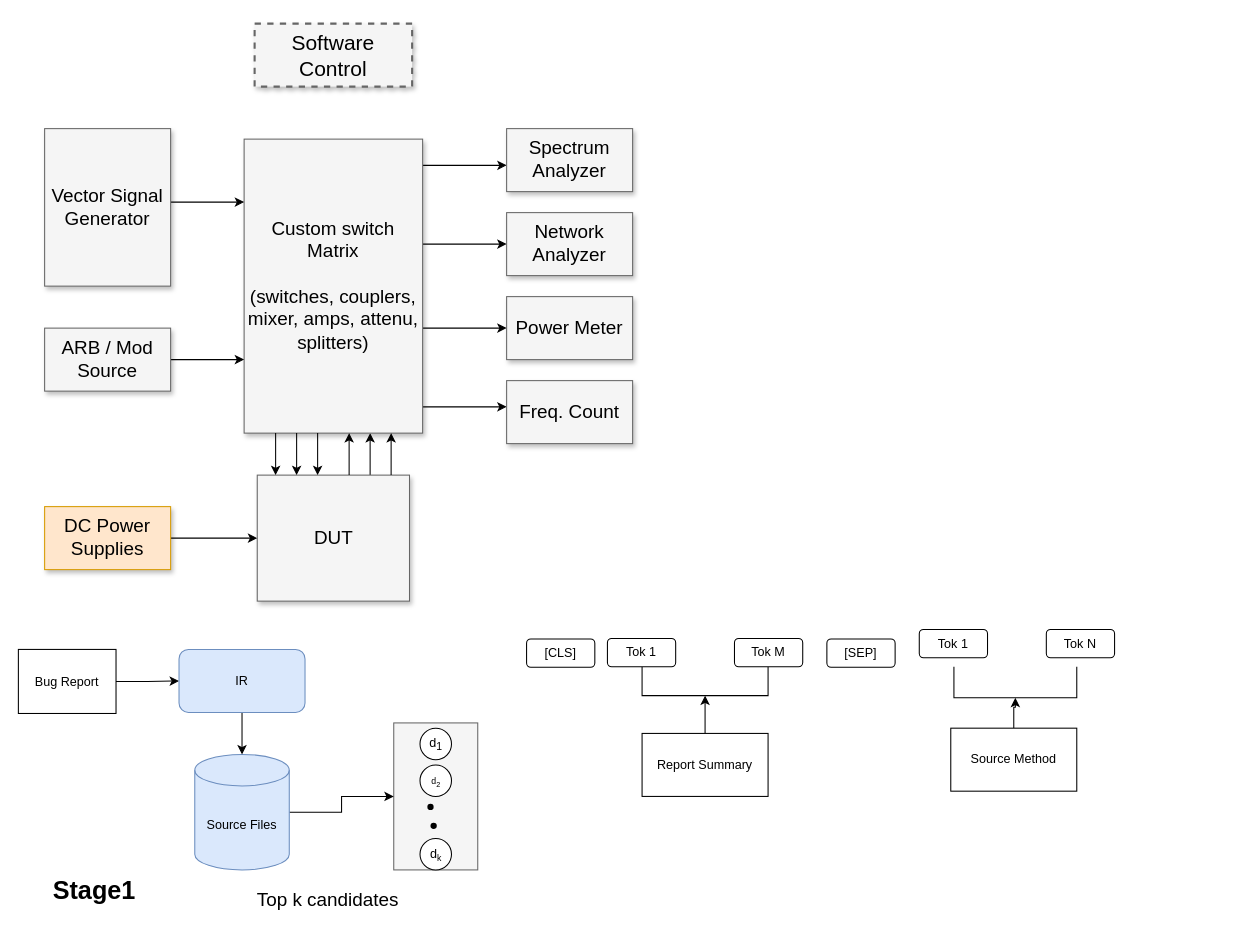
Before: Untitled Diagram.drawio in hangdj/BERT-PLI-IJCAI2020, a draw.io diagram. Source tidied: cells renumbered, new cells numbered last; positions are measured from the earlier drawing's top-left corner, leaving out a move shared by most shapes. Both pictures are drawn from the tidied source at 105%, with x=0, y=0 at pixel (18, 23).
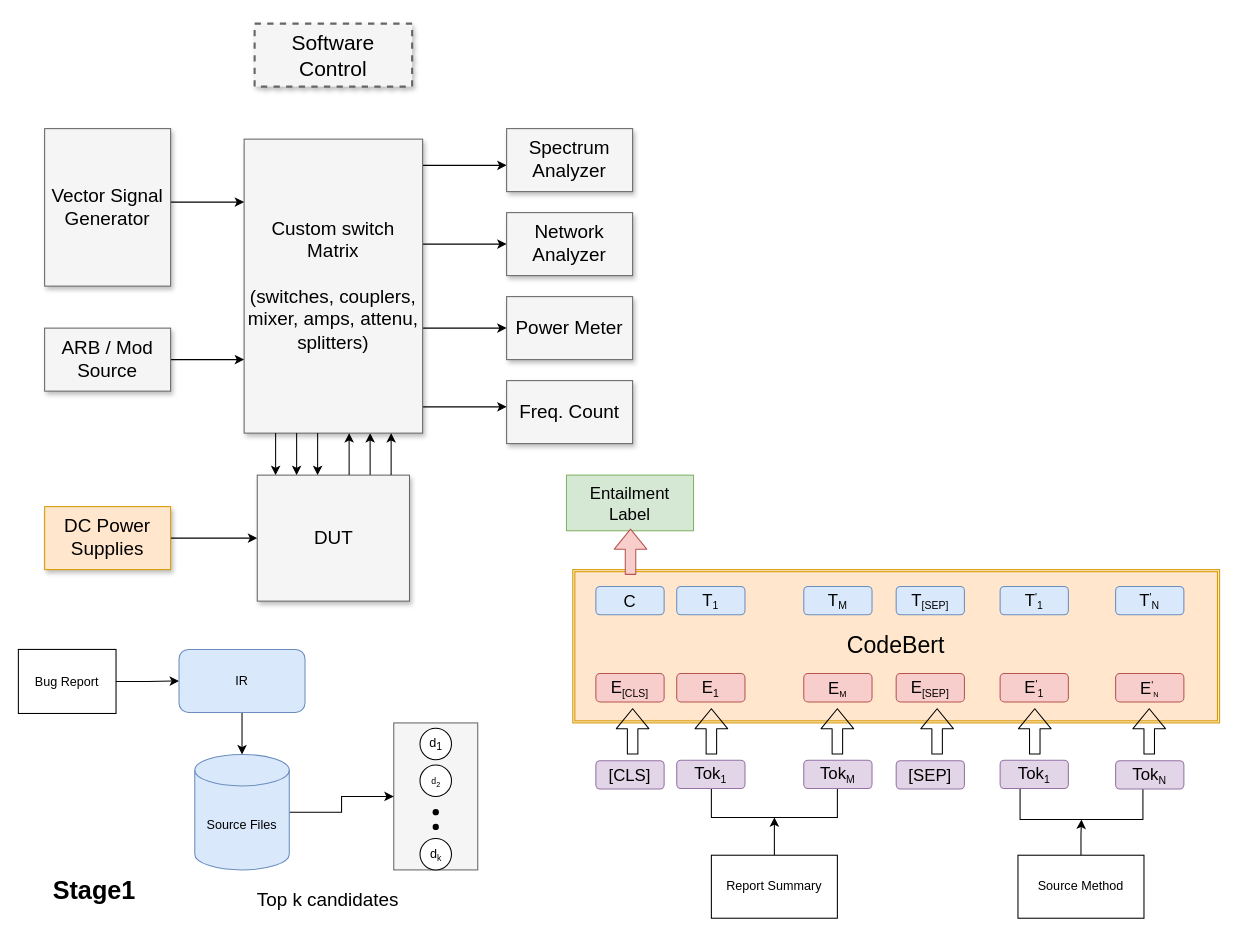
The same diagram, later.

Change to the diagram source:
```diff
@@
     <mxCell id="35" style="shape=waypoint;sketch=0;size=6;fillColor=none;perimeter=centerPerimeter;" parent="1" vertex="1">
-      <mxGeometry x="372.5" y="726" width="40" height="40" as="geometry" />
+      <mxGeometry x="377.5" y="731" width="40" height="40" as="geometry" />
     </mxCell>
     <mxCell id="36" style="shape=waypoint;sketch=0;size=6;fillColor=none;perimeter=centerPerimeter;" parent="1" vertex="1">
-      <mxGeometry x="375.5" y="744" width="40" height="40" as="geometry" />
+      <mxGeometry x="377.5" y="745" width="40" height="40" as="geometry" />
     </mxCell>
@@
     <mxCell id="40" value="Report Summary" style="rounded=0;whiteSpace=wrap;html=1;" parent="1" vertex="1">
-      <mxGeometry x="594" y="676" width="120" height="60" as="geometry" />
+      <mxGeometry x="660" y="792" width="120" height="60" as="geometry" />
     </mxCell>
@@
     <mxCell id="42" value="Source Method" style="rounded=0;whiteSpace=wrap;html=1;" parent="1" vertex="1">
-      <mxGeometry x="888" y="671" width="120" height="60" as="geometry" />
+      <mxGeometry x="952" y="792" width="120" height="60" as="geometry" />
     </mxCell>
     <mxCell id="43" style="shape=partialRectangle;whiteSpace=wrap;html=1;bottom=1;right=1;left=1;top=0;fillColor=none;routingCenterX=-0.5;" parent="1" vertex="1">
-      <mxGeometry x="594" y="613" width="120" height="27" as="geometry" />
+      <mxGeometry x="660" y="729" width="120" height="27" as="geometry" />
     </mxCell>
     <mxCell id="44" style="shape=partialRectangle;whiteSpace=wrap;html=1;bottom=1;right=1;left=1;top=0;fillColor=none;routingCenterX=-0.5;" parent="1" vertex="1">
-      <mxGeometry x="891" y="613" width="117" height="29" as="geometry" />
+      <mxGeometry x="954" y="729" width="117" height="29" as="geometry" />
     </mxCell>
-    <mxCell id="45" value="Tok 1" style="rounded=1;whiteSpace=wrap;html=1;" parent="1" vertex="1">
-      <mxGeometry x="561" y="585.5" width="65" height="27" as="geometry" />
+    <mxCell id="45" value="&lt;font style=&quot;font-size: 16px&quot;&gt;Tok&lt;/font&gt;&lt;sub&gt;1&lt;/sub&gt;" style="rounded=1;whiteSpace=wrap;html=1;fillColor=#e1d5e7;strokeColor=#9673a6;" parent="1" vertex="1">
+      <mxGeometry x="627" y="701.5" width="65" height="27" as="geometry" />
     </mxCell>
-    <mxCell id="46" value="Tok M" style="rounded=1;whiteSpace=wrap;html=1;" parent="1" vertex="1">
-      <mxGeometry x="682" y="585.5" width="65" height="27" as="geometry" />
+    <mxCell id="46" value="&lt;font style=&quot;font-size: 16px&quot;&gt;Tok&lt;/font&gt;&lt;sub&gt;M&lt;/sub&gt;" style="rounded=1;whiteSpace=wrap;html=1;fillColor=#e1d5e7;strokeColor=#9673a6;" parent="1" vertex="1">
+      <mxGeometry x="748" y="701.5" width="65" height="27" as="geometry" />
     </mxCell>
-    <mxCell id="47" value="Tok 1" style="rounded=1;whiteSpace=wrap;html=1;" parent="1" vertex="1">
-      <mxGeometry x="858" y="577" width="65" height="27" as="geometry" />
+    <mxCell id="47" value="&lt;font style=&quot;font-size: 16px&quot;&gt;Tok&lt;/font&gt;&lt;sub&gt;1&lt;/sub&gt;" style="rounded=1;whiteSpace=wrap;html=1;fillColor=#e1d5e7;strokeColor=#9673a6;" parent="1" vertex="1">
+      <mxGeometry x="935" y="701.5" width="65" height="27" as="geometry" />
     </mxCell>
-    <mxCell id="48" value="Tok N" style="rounded=1;whiteSpace=wrap;html=1;" parent="1" vertex="1">
-      <mxGeometry x="979" y="577" width="65" height="27" as="geometry" />
+    <mxCell id="48" value="&lt;font style=&quot;font-size: 16px&quot;&gt;Tok&lt;/font&gt;&lt;sub&gt;N&lt;/sub&gt;" style="rounded=1;whiteSpace=wrap;html=1;fillColor=#e1d5e7;strokeColor=#9673a6;" parent="1" vertex="1">
+      <mxGeometry x="1045" y="702" width="65" height="27" as="geometry" />
     </mxCell>
-    <mxCell id="49" value="[SEP]" style="rounded=1;whiteSpace=wrap;html=1;" parent="1" vertex="1">
-      <mxGeometry x="770" y="586" width="65" height="27" as="geometry" />
+    <mxCell id="49" value="&lt;font style=&quot;font-size: 16px&quot;&gt;[SEP]&lt;/font&gt;" style="rounded=1;whiteSpace=wrap;html=1;fillColor=#e1d5e7;strokeColor=#9673a6;" parent="1" vertex="1">
+      <mxGeometry x="836" y="702" width="65" height="27" as="geometry" />
     </mxCell>
-    <mxCell id="50" value="[CLS]" style="rounded=1;whiteSpace=wrap;html=1;" parent="1" vertex="1">
-      <mxGeometry x="484" y="586" width="65" height="27" as="geometry" />
+    <mxCell id="50" value="&lt;font style=&quot;font-size: 16px&quot;&gt;[CLS]&lt;/font&gt;" style="rounded=1;whiteSpace=wrap;html=1;fillColor=#e1d5e7;strokeColor=#9673a6;" parent="1" vertex="1">
+      <mxGeometry x="550" y="702" width="65" height="27" as="geometry" />
     </mxCell>
+    <mxCell id="51" value="&lt;font style=&quot;font-size: 22px&quot;&gt;CodeBert&lt;/font&gt;" style="shape=ext;double=1;rounded=0;whiteSpace=wrap;html=1;fillColor=#ffe6cc;strokeColor=#d79b00;" parent="1" vertex="1">
+      <mxGeometry x="528" y="520" width="616" height="146" as="geometry" />
+    </mxCell>
+    <mxCell id="52" value="&lt;font style=&quot;font-size: 16px&quot;&gt;E&lt;/font&gt;&lt;sub&gt;[CLS]&lt;/sub&gt;" style="rounded=1;whiteSpace=wrap;html=1;fillColor=#f8cecc;strokeColor=#b85450;strokeWidth=1;perimeterSpacing=4;" parent="1" vertex="1">
+      <mxGeometry x="550" y="619" width="65" height="27" as="geometry" />
+    </mxCell>
+    <mxCell id="53" value="&lt;font style=&quot;font-size: 16px&quot;&gt;E&lt;/font&gt;&lt;sub&gt;1&lt;/sub&gt;" style="rounded=1;whiteSpace=wrap;html=1;fillColor=#f8cecc;strokeColor=#b85450;strokeWidth=1;perimeterSpacing=4;" parent="1" vertex="1">
+      <mxGeometry x="627" y="619" width="65" height="27" as="geometry" />
+    </mxCell>
+    <mxCell id="54" value="&lt;font style=&quot;font-size: 16px&quot;&gt;E&lt;/font&gt;&lt;sub&gt;[SEP]&lt;/sub&gt;" style="rounded=1;whiteSpace=wrap;html=1;fillColor=#f8cecc;strokeColor=#b85450;strokeWidth=1;perimeterSpacing=4;" parent="1" vertex="1">
+      <mxGeometry x="836" y="619" width="65" height="27" as="geometry" />
+    </mxCell>
+    <mxCell id="55" value="&lt;font style=&quot;font-size: 16px&quot;&gt;E&lt;/font&gt;&lt;span style=&quot;font-size: 10px&quot;&gt;&lt;sub&gt;M&lt;/sub&gt;&lt;/span&gt;" style="rounded=1;whiteSpace=wrap;html=1;fillColor=#f8cecc;strokeColor=#b85450;strokeWidth=1;perimeterSpacing=4;" parent="1" vertex="1">
+      <mxGeometry x="748" y="619" width="65" height="27" as="geometry" />
+    </mxCell>
+    <mxCell id="56" value="&lt;font style=&quot;font-size: 16px&quot;&gt;E&lt;/font&gt;&lt;sup&gt;'&lt;/sup&gt;&lt;sub&gt;1&lt;/sub&gt;" style="rounded=1;whiteSpace=wrap;html=1;fillColor=#f8cecc;strokeColor=#b85450;strokeWidth=1;perimeterSpacing=4;" parent="1" vertex="1">
+      <mxGeometry x="935" y="619" width="65" height="27" as="geometry" />
+    </mxCell>
+    <mxCell id="57" value="&lt;font style=&quot;font-size: 16px&quot;&gt;E&lt;/font&gt;&lt;sup&gt;'&lt;/sup&gt;&lt;span style=&quot;font-size: 8.33333px&quot;&gt;&lt;sub&gt;N&lt;/sub&gt;&lt;/span&gt;" style="rounded=1;whiteSpace=wrap;html=1;fillColor=#f8cecc;strokeColor=#b85450;strokeWidth=1;perimeterSpacing=4;" parent="1" vertex="1">
+      <mxGeometry x="1045" y="619" width="65" height="27" as="geometry" />
+    </mxCell>
+    <mxCell id="58" value="&lt;font style=&quot;font-size: 16px&quot;&gt;C&lt;/font&gt;" style="rounded=1;whiteSpace=wrap;html=1;fillColor=#dae8fc;strokeColor=#6c8ebf;" parent="1" vertex="1">
+      <mxGeometry x="550" y="536" width="65" height="27" as="geometry" />
+    </mxCell>
+    <mxCell id="59" value="&lt;font style=&quot;font-size: 16px&quot;&gt;T&lt;/font&gt;&lt;sub style=&quot;font-size: 10px&quot;&gt;1&lt;/sub&gt;" style="rounded=1;whiteSpace=wrap;html=1;fillColor=#dae8fc;strokeColor=#6c8ebf;" parent="1" vertex="1">
+      <mxGeometry x="627" y="536" width="65" height="27" as="geometry" />
+    </mxCell>
+    <mxCell id="60" value="&lt;font style=&quot;font-size: 16px&quot;&gt;T&lt;/font&gt;&lt;sub&gt;&lt;font style=&quot;font-size: 10px&quot;&gt;[SEP]&lt;/font&gt;&lt;/sub&gt;" style="rounded=1;whiteSpace=wrap;html=1;fillColor=#dae8fc;strokeColor=#6c8ebf;" parent="1" vertex="1">
+      <mxGeometry x="836" y="536" width="65" height="27" as="geometry" />
+    </mxCell>
+    <mxCell id="61" value="&lt;font style=&quot;font-size: 16px&quot;&gt;T&lt;/font&gt;&lt;sub style=&quot;font-size: 10px&quot;&gt;M&lt;/sub&gt;" style="rounded=1;whiteSpace=wrap;html=1;fillColor=#dae8fc;strokeColor=#6c8ebf;" parent="1" vertex="1">
+      <mxGeometry x="748" y="536" width="65" height="27" as="geometry" />
+    </mxCell>
+    <mxCell id="62" value="&lt;font style=&quot;font-size: 16px&quot;&gt;T&lt;/font&gt;&lt;sup style=&quot;font-size: 10px&quot;&gt;'&lt;/sup&gt;&lt;sub style=&quot;font-size: 10px&quot;&gt;1&lt;/sub&gt;" style="rounded=1;whiteSpace=wrap;html=1;fillColor=#dae8fc;strokeColor=#6c8ebf;" parent="1" vertex="1">
+      <mxGeometry x="935" y="536" width="65" height="27" as="geometry" />
+    </mxCell>
+    <mxCell id="63" value="&lt;font style=&quot;font-size: 16px&quot;&gt;T&lt;/font&gt;&lt;sup&gt;'&lt;/sup&gt;&lt;sub&gt;N&lt;/sub&gt;" style="rounded=1;whiteSpace=wrap;html=1;fillColor=#dae8fc;strokeColor=#6c8ebf;" parent="1" vertex="1">
+      <mxGeometry x="1045" y="536" width="65" height="27" as="geometry" />
+    </mxCell>
+    <mxCell id="64" value="&lt;font style=&quot;font-size: 16px&quot;&gt;Entailment Label&lt;/font&gt;" style="rounded=0;whiteSpace=wrap;html=1;fillColor=#d5e8d4;strokeColor=#82b366;" parent="1" vertex="1">
+      <mxGeometry x="522" y="430" width="121" height="53" as="geometry" />
+    </mxCell>
+    <mxCell id="65" style="shape=flexArrow;endArrow=classic;html=1;fillColor=#f8cecc;strokeColor=#b85450;" parent="1" edge="1">
+      <mxGeometry relative="1" as="geometry">
+        <mxPoint x="583" y="525" as="sourcePoint" />
+        <mxPoint x="583" y="481" as="targetPoint" />
+      </mxGeometry>
+    </mxCell>
+    <mxCell id="66" style="shape=flexArrow;endArrow=classic;html=1;" parent="1" edge="1">
+      <mxGeometry relative="1" as="geometry">
+        <mxPoint x="585" y="696" as="sourcePoint" />
+        <mxPoint x="585" y="652" as="targetPoint" />
+      </mxGeometry>
+    </mxCell>
+    <mxCell id="67" style="shape=flexArrow;endArrow=classic;html=1;" parent="1" edge="1">
+      <mxGeometry relative="1" as="geometry">
+        <mxPoint x="660" y="696" as="sourcePoint" />
+        <mxPoint x="660" y="652" as="targetPoint" />
+      </mxGeometry>
+    </mxCell>
+    <mxCell id="68" style="shape=flexArrow;endArrow=classic;html=1;" parent="1" edge="1">
+      <mxGeometry relative="1" as="geometry">
+        <mxPoint x="780" y="696" as="sourcePoint" />
+        <mxPoint x="780" y="652" as="targetPoint" />
+      </mxGeometry>
+    </mxCell>
+    <mxCell id="69" style="shape=flexArrow;endArrow=classic;html=1;" parent="1" edge="1">
+      <mxGeometry relative="1" as="geometry">
+        <mxPoint x="875" y="696" as="sourcePoint" />
+        <mxPoint x="875" y="652" as="targetPoint" />
+      </mxGeometry>
+    </mxCell>
+    <mxCell id="70" style="shape=flexArrow;endArrow=classic;html=1;" parent="1" edge="1">
+      <mxGeometry relative="1" as="geometry">
+        <mxPoint x="968" y="696" as="sourcePoint" />
+        <mxPoint x="968" y="652" as="targetPoint" />
+      </mxGeometry>
+    </mxCell>
+    <mxCell id="71" style="shape=flexArrow;endArrow=classic;html=1;" parent="1" edge="1">
+      <mxGeometry relative="1" as="geometry">
+        <mxPoint x="1077" y="696" as="sourcePoint" />
+        <mxPoint x="1077" y="652" as="targetPoint" />
+      </mxGeometry>
+    </mxCell>
```
